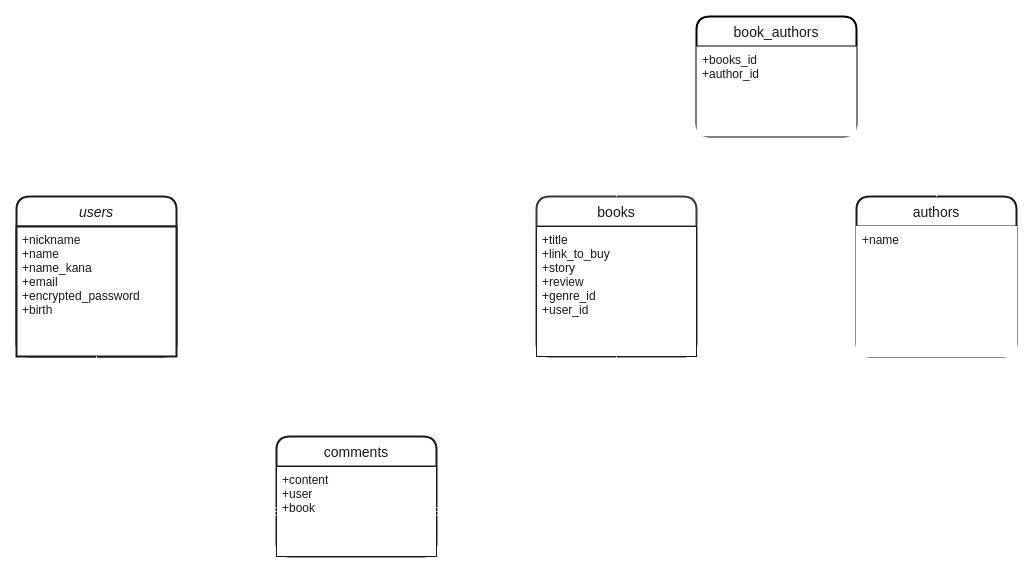
takashimayuusuke/book-quick keeps this draw.io diagram as book_quick.dio. Above is the earlier version. Source tidied: cells renumbered, new cells numbered last; positions are measured from the earlier drawing's top-left corner, leaving out a move shared by most shapes. Both pictures are drawn from the tidied source at 100%, with x=0, y=0 at pixel (16, 16).
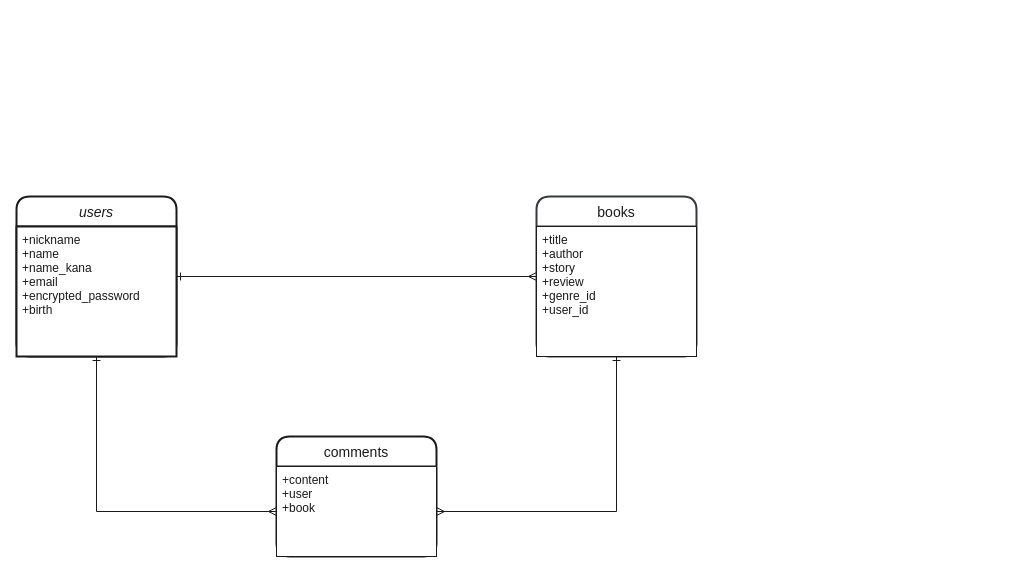
The same diagram, later.

Diff of the diagram source:
```diff
@@
-<mxGraphModel>
+<mxGraphModel background="#ffffff">
   <root>
     <mxCell id="0" />
     <mxCell id="1" parent="0" />
-    <mxCell id="2" style="edgeStyle=orthogonalEdgeStyle;rounded=0;jettySize=auto;html=1;exitX=1;exitY=0.5;exitDx=0;exitDy=0;entryX=0;entryY=0.5;entryDx=0;entryDy=0;startArrow=ERone;startFill=0;endArrow=ERmany;endFill=0;strokeWidth=1;fillColor=#eeeeee;strokeColor=#FFFFFF;fontColor=#FFFFFF;" parent="1" edge="1" source="3" target="6">
+    <mxCell id="2" style="edgeStyle=orthogonalEdgeStyle;rounded=0;jettySize=auto;html=1;exitX=1;exitY=0.5;exitDx=0;exitDy=0;entryX=0;entryY=0.5;entryDx=0;entryDy=0;startArrow=ERone;startFill=0;endArrow=ERmany;endFill=0;strokeWidth=1;fillColor=#eeeeee;fontColor=#FFFFFF;strokeColor=#1A1A1A;" parent="1" edge="1" source="3" target="6">
       <mxGeometry relative="1" as="geometry" />
     </mxCell>
     <mxCell id="3" value="users" style="swimlane;horizontal=1;startSize=30;rounded=1;fontSize=14;fontStyle=2;strokeWidth=2;shadow=0;dashed=0;align=center;fontColor=#1A1A1A;fillColor=#FFFFFF;labelBorderColor=none;strokeColor=#1A1A1A;" parent="1" vertex="1">
       <mxGeometry y="180" width="160" height="160" as="geometry" />
     </mxCell>
     <mxCell id="4" value="+nickname&#10;+name&#10;+name_kana&#10;+email&#10;+encrypted_password&#10;+birth&#10;" style="align=left;spacingLeft=4;fontSize=12;verticalAlign=top;fontColor=#1A1A1A;fillColor=#FFFFFF;strokeWidth=2;strokeColor=#1A1A1A;" parent="3" vertex="1">
       <mxGeometry y="30" width="160" height="130" as="geometry" />
     </mxCell>
-    <mxCell id="5" style="edgeStyle=orthogonalEdgeStyle;rounded=0;jettySize=auto;html=1;entryX=0;entryY=0.5;entryDx=0;entryDy=0;startArrow=ERone;startFill=0;endArrow=ERmany;endFill=0;strokeWidth=1;fontColor=#FFFFFF;fillColor=#eeeeee;strokeColor=#FFFFFF;" parent="1" edge="1" source="6" target="12">
-      <mxGeometry relative="1" as="geometry" />
-    </mxCell>
     <mxCell id="6" value="books" style="swimlane;horizontal=1;startSize=30;rounded=1;fontSize=14;fontStyle=0;strokeWidth=2;shadow=0;dashed=0;align=center;strokeColor=#36393d;fillColor=#FFFFFF;fontColor=#1A1A1A;" parent="1" vertex="1">
       <mxGeometry x="520" y="180" width="160" height="160" as="geometry" />
     </mxCell>
-    <mxCell id="7" value="+title&#10;+link_to_buy&#10;+story&#10;+review&#10;+genre_id&#10;+user_id" style="align=left;spacingLeft=4;fontSize=12;verticalAlign=top;fillColor=#FFFFFF;fontColor=#1A1A1A;strokeColor=#1A1A1A;" parent="6" vertex="1">
+    <mxCell id="7" value="+title&#10;+author&#10;+story&#10;+review&#10;+genre_id&#10;+user_id" style="align=left;spacingLeft=4;fontSize=12;verticalAlign=top;fillColor=#FFFFFF;fontColor=#1A1A1A;strokeColor=#1A1A1A;" parent="6" vertex="1">
       <mxGeometry y="30" width="160" height="130" as="geometry" />
     </mxCell>
     <mxCell id="8" value="comments" style="swimlane;horizontal=1;startSize=30;rounded=1;fontSize=14;fontStyle=0;strokeWidth=2;shadow=0;dashed=0;align=center;fillColor=#FFFFFF;fontColor=#1A1A1A;strokeColor=#1A1A1A;" parent="1" vertex="1">
       <mxGeometry x="260" y="420" width="160" height="120" as="geometry" />
     </mxCell>
     <mxCell id="9" value="+content&#10;+user&#10;+book" style="align=left;spacingLeft=4;fontSize=12;verticalAlign=top;fontColor=#1A1A1A;fillColor=#FFFFFF;strokeColor=#1A1A1A;" parent="8" vertex="1">
       <mxGeometry y="30" width="160" height="90" as="geometry" />
     </mxCell>
-    <mxCell id="10" style="edgeStyle=orthogonalEdgeStyle;rounded=0;jettySize=auto;html=1;exitX=0.5;exitY=1;exitDx=0;exitDy=0;entryX=0;entryY=0.5;entryDx=0;entryDy=0;startArrow=ERone;startFill=0;endArrow=ERmany;endFill=0;strokeWidth=1;fontColor=#FFFFFF;fillColor=#eeeeee;strokeColor=#FFFFFF;" parent="1" edge="1" source="4" target="9">
+    <mxCell id="10" style="edgeStyle=orthogonalEdgeStyle;rounded=0;jettySize=auto;html=1;exitX=0.5;exitY=1;exitDx=0;exitDy=0;entryX=0;entryY=0.5;entryDx=0;entryDy=0;startArrow=ERone;startFill=0;endArrow=ERmany;endFill=0;strokeWidth=1;fontColor=#FFFFFF;fillColor=#eeeeee;strokeColor=#1A1A1A;" parent="1" edge="1" source="4" target="9">
       <mxGeometry relative="1" as="geometry" />
     </mxCell>
-    <mxCell id="11" style="edgeStyle=orthogonalEdgeStyle;rounded=0;jettySize=auto;html=1;exitX=1;exitY=0.5;exitDx=0;exitDy=0;entryX=0.5;entryY=1;entryDx=0;entryDy=0;startArrow=ERmany;startFill=0;endArrow=ERone;endFill=0;strokeWidth=1;fontColor=#FFFFFF;fillColor=#eeeeee;strokeColor=#FFFFFF;" parent="1" edge="1" source="9" target="6">
+    <mxCell id="11" style="edgeStyle=orthogonalEdgeStyle;rounded=0;jettySize=auto;html=1;exitX=1;exitY=0.5;exitDx=0;exitDy=0;entryX=0.5;entryY=1;entryDx=0;entryDy=0;startArrow=ERmany;startFill=0;endArrow=ERone;endFill=0;strokeWidth=1;fontColor=#FFFFFF;fillColor=#eeeeee;strokeColor=#1A1A1A;" parent="1" edge="1" source="9" target="6">
       <mxGeometry relative="1" as="geometry" />
     </mxCell>
-    <mxCell id="12" value="authors" style="swimlane;horizontal=1;startSize=30;rounded=1;fontSize=14;fontStyle=0;strokeWidth=2;shadow=0;dashed=0;align=center;fillColor=#FFFFFF;fontColor=#1A1A1A;strokeColor=#1A1A1A;" parent="1" vertex="1">
-      <mxGeometry x="840" y="180" width="160" height="160" as="geometry" />
-    </mxCell>
-    <mxCell id="13" value="+name&#10;&#10;" style="align=left;spacingLeft=4;fontSize=12;verticalAlign=top;fillColor=#FFFFFF;fontColor=#1A1A1A;strokeColor=#FFFFFF;" parent="12" vertex="1">
-      <mxGeometry y="30" width="160" height="130" as="geometry" />
-    </mxCell>
-    <mxCell id="14" style="edgeStyle=orthogonalEdgeStyle;rounded=0;jettySize=auto;html=1;exitX=0;exitY=0.25;exitDx=0;exitDy=0;startArrow=ERmany;startFill=0;endArrow=ERone;endFill=0;strokeWidth=1;fontColor=#FFFFFF;strokeColor=#FFFFFF;" parent="1" edge="1" source="16" target="6">
-      <mxGeometry relative="1" as="geometry" />
-    </mxCell>
-    <mxCell id="15" style="edgeStyle=orthogonalEdgeStyle;rounded=0;jettySize=auto;html=1;exitX=1;exitY=0.25;exitDx=0;exitDy=0;startArrow=ERmany;startFill=0;endArrow=ERone;endFill=0;strokeWidth=1;fontColor=#FFFFFF;strokeColor=#FFFFFF;" parent="1" edge="1" source="16" target="12">
-      <mxGeometry relative="1" as="geometry" />
-    </mxCell>
-    <mxCell id="16" value="book_authors" style="swimlane;horizontal=1;startSize=30;rounded=1;fontSize=14;fontStyle=0;strokeWidth=2;shadow=0;dashed=0;align=center;fillColor=#FFFFFF;fontColor=#1A1A1A;" parent="1" vertex="1">
-      <mxGeometry x="680" width="160" height="120" as="geometry" />
-    </mxCell>
-    <mxCell id="17" value="+books_id&#10;+author_id&#10;" style="align=left;strokeColor=none;spacingLeft=4;fontSize=12;verticalAlign=top;fillColor=#FFFFFF;fontColor=#1A1A1A;" parent="16" vertex="1">
-      <mxGeometry y="30" width="160" height="90" as="geometry" />
-    </mxCell>
   </root>
 </mxGraphModel>
```
